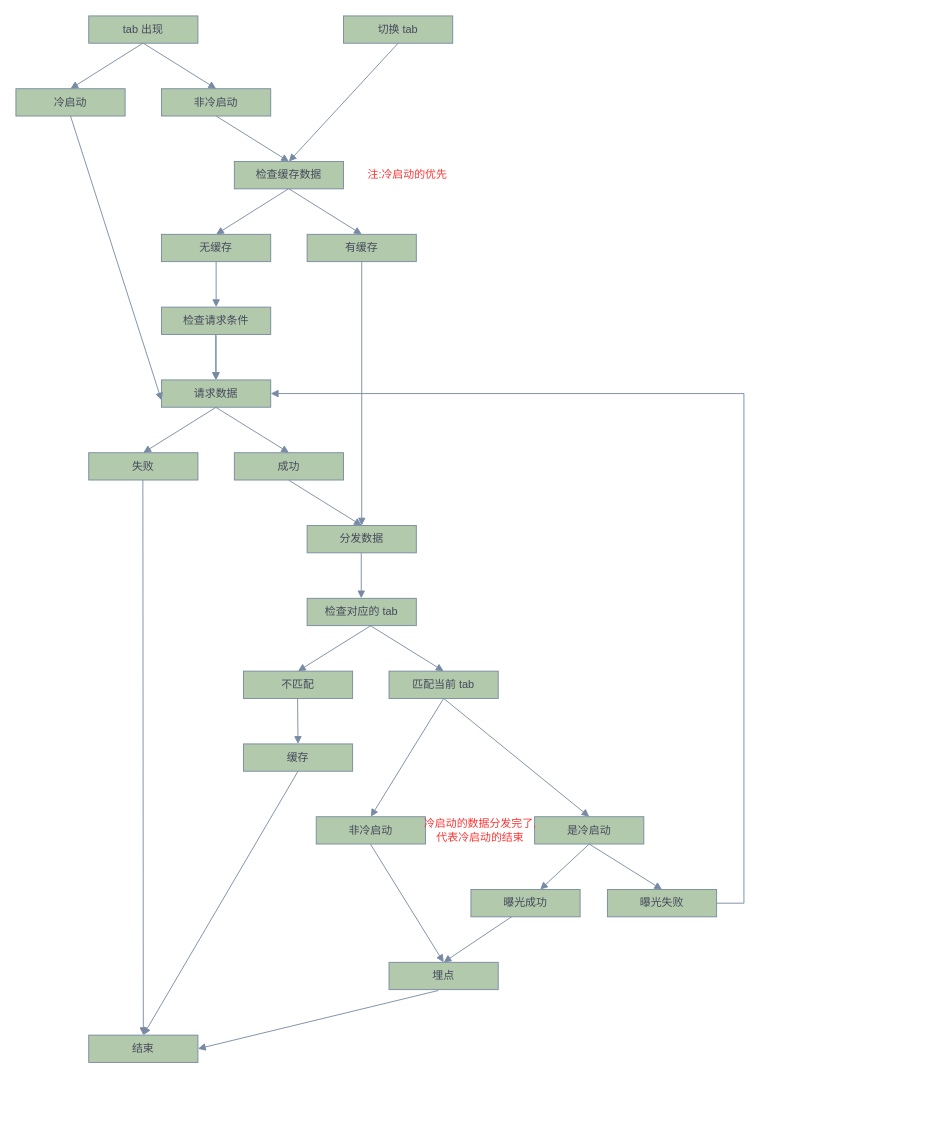
Before: 弹窗处理.drawio in fdd09/flow, a draw.io diagram. Source tidied: cells renumbered, new cells numbered last; positions are measured from the earlier drawing's top-left corner, leaving out a move shared by most shapes. Both pictures are drawn from the tidied source at 91%, with x=0, y=0 at pixel (15, 15).
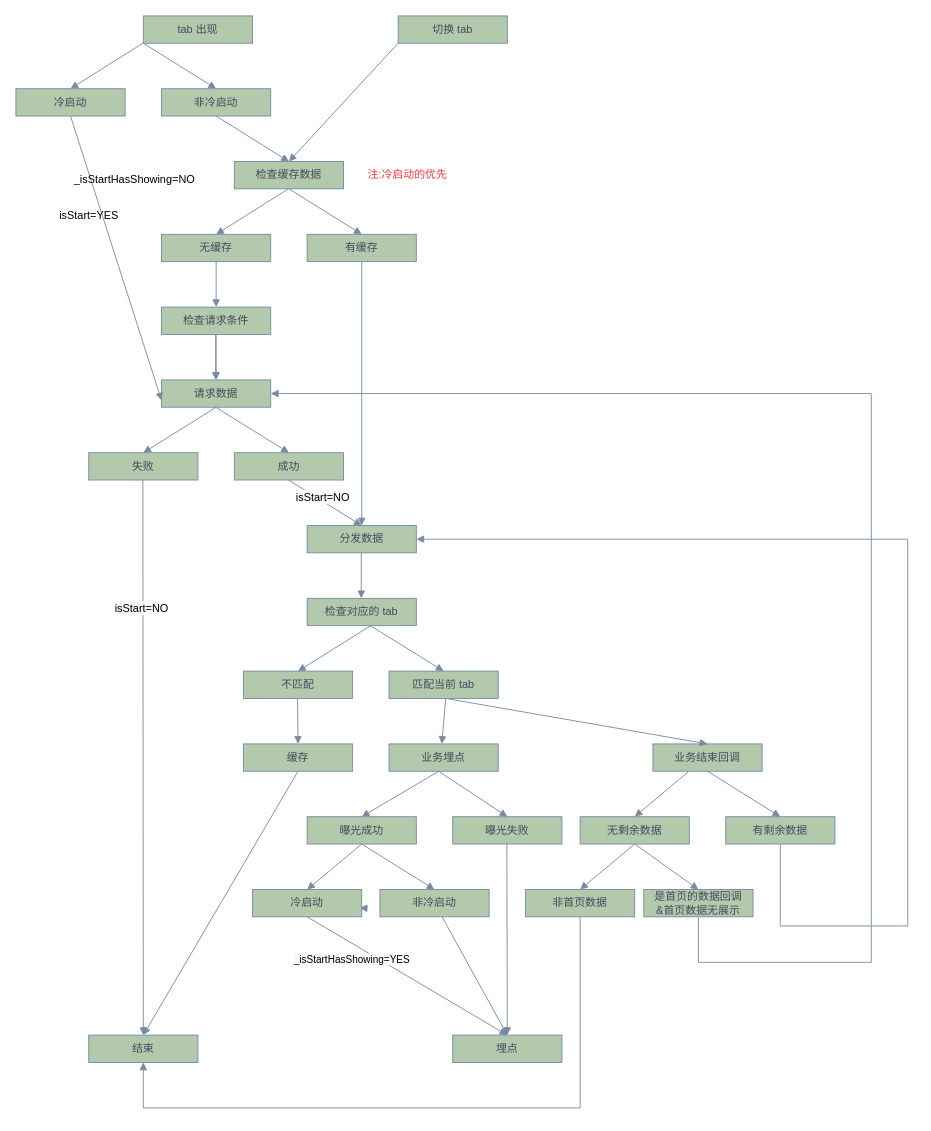
After the change.

Unchanged cells that the change refers to:
```xml
<mxCell id="5" value="请求数据" style="rounded=0;whiteSpace=wrap;html=1;fillColor=#B2C9AB;strokeColor=#788AA3;fontColor=#46495D;" parent="1" vertex="1">
  <mxGeometry x="160" y="400" width="120" height="30" as="geometry" />
</mxCell>
<mxCell id="14" value="匹配当前 tab" style="rounded=0;whiteSpace=wrap;html=1;fillColor=#B2C9AB;strokeColor=#788AA3;fontColor=#46495D;" parent="1" vertex="1">
  <mxGeometry x="410" y="720" width="120" height="30" as="geometry" />
</mxCell>
<mxCell id="25" style="html=1;verticalAlign=bottom;endArrow=block;rounded=0;sourcePerimeterSpacing=1;entryX=0.5;entryY=0;entryDx=0;entryDy=0;strokeColor=#788AA3;fontColor=#46495D;" parent="1" edge="1" target="30">
  <mxGeometry x="-0.23" y="-1" relative="1" as="geometry">
    <mxPoint x="139.5" y="510" as="sourcePoint" />
  </mxGeometry>
</mxCell>
<mxCell id="26" style="html=1;verticalAlign=bottom;endArrow=block;rounded=0;sourcePerimeterSpacing=1;entryX=0.5;entryY=0;entryDx=0;entryDy=0;strokeColor=#788AA3;fontColor=#46495D;" parent="1" edge="1">
  <mxGeometry x="-0.23" y="-1" relative="1" as="geometry">
    <mxPoint x="299.5" y="510" as="sourcePoint" />
    <mxPoint x="380" y="560" as="targetPoint" />
  </mxGeometry>
</mxCell>
<mxCell id="30" value="结束" style="rounded=0;whiteSpace=wrap;html=1;fillColor=#B2C9AB;strokeColor=#788AA3;fontColor=#46495D;" parent="1" vertex="1">
  <mxGeometry x="80" y="1120" width="120" height="30" as="geometry" />
</mxCell>
<mxCell id="49" value="分发数据" style="rounded=0;whiteSpace=wrap;html=1;fillColor=#B2C9AB;strokeColor=#788AA3;fontColor=#46495D;" parent="1" vertex="1">
  <mxGeometry x="320" y="560" width="120" height="30" as="geometry" />
</mxCell>
```

Diff of the diagram source:
```diff
@@
     <mxCell id="2" value="tab 出现" style="rounded=0;whiteSpace=wrap;html=1;fillColor=#B2C9AB;strokeColor=#788AA3;fontColor=#46495D;" parent="1" vertex="1">
-      <mxGeometry x="80" width="120" height="30" as="geometry" />
+      <mxGeometry x="140" width="120" height="30" as="geometry" />
     </mxCell>
     <mxCell id="3" value="切换 tab" style="rounded=0;whiteSpace=wrap;html=1;fillColor=#B2C9AB;strokeColor=#788AA3;fontColor=#46495D;" parent="1" vertex="1">
-      <mxGeometry x="360" width="120" height="30" as="geometry" />
+      <mxGeometry x="420" width="120" height="30" as="geometry" />
     </mxCell>
@@
+    <mxCell id="54" value="&lt;span style=&quot;font-size: 12px ; background-color: rgb(248 , 249 , 250)&quot;&gt;isStart=NO&lt;/span&gt;" style="edgeLabel;html=1;align=center;verticalAlign=middle;" parent="25" vertex="1">
+      <mxGeometry x="-0.54" y="-2" relative="1" as="geometry" />
+    </mxCell>
@@
+    <mxCell id="55" value="&lt;span style=&quot;font-size: 12px ; background-color: rgb(248 , 249 , 250)&quot;&gt;isStart=NO&lt;/span&gt;" style="edgeLabel;html=1;align=center;verticalAlign=middle;" parent="26" vertex="1">
+      <mxGeometry x="-0.14" y="4" relative="1" as="geometry" />
+    </mxCell>
@@
     <mxCell id="31" value="埋点" style="rounded=0;whiteSpace=wrap;html=1;fillColor=#B2C9AB;strokeColor=#788AA3;fontColor=#46495D;" parent="1" vertex="1">
-      <mxGeometry x="410" y="1040" width="120" height="30" as="geometry" />
+      <mxGeometry x="480" y="1120" width="120" height="30" as="geometry" />
     </mxCell>
-    <mxCell id="32" style="html=1;verticalAlign=bottom;endArrow=block;rounded=0;sourcePerimeterSpacing=1;entryX=1;entryY=0.5;entryDx=0;entryDy=0;exitX=0.45;exitY=1.033;exitDx=0;exitDy=0;exitPerimeter=0;strokeColor=#788AA3;fontColor=#46495D;" parent="1" edge="1" source="31" target="30">
-      <mxGeometry x="-0.23" y="-1" relative="1" as="geometry" />
-    </mxCell>
@@
-    <mxCell id="36" value="非冷启动" style="rounded=0;whiteSpace=wrap;html=1;fillColor=#B2C9AB;strokeColor=#788AA3;fontColor=#46495D;" parent="1" vertex="1">
-      <mxGeometry x="330" y="880" width="120" height="30" as="geometry" />
+    <mxCell id="36" value="曝光成功" style="rounded=0;whiteSpace=wrap;html=1;fillColor=#B2C9AB;strokeColor=#788AA3;fontColor=#46495D;" parent="1" vertex="1">
+      <mxGeometry x="320" y="880" width="120" height="30" as="geometry" />
     </mxCell>
-    <mxCell id="37" value="是冷启动" style="rounded=0;whiteSpace=wrap;html=1;fillColor=#B2C9AB;strokeColor=#788AA3;fontColor=#46495D;" parent="1" vertex="1">
-      <mxGeometry x="570" y="880" width="120" height="30" as="geometry" />
+    <mxCell id="37" value="曝光失败" style="rounded=0;whiteSpace=wrap;html=1;fillColor=#B2C9AB;strokeColor=#788AA3;fontColor=#46495D;" parent="1" vertex="1">
+      <mxGeometry x="480" y="880" width="120" height="30" as="geometry" />
     </mxCell>
-    <mxCell id="38" style="html=1;verticalAlign=bottom;endArrow=block;rounded=0;sourcePerimeterSpacing=1;entryX=0.5;entryY=0;entryDx=0;entryDy=0;exitX=0.5;exitY=1;exitDx=0;exitDy=0;strokeColor=#788AA3;fontColor=#46495D;" parent="1" edge="1" source="14" target="36">
-      <mxGeometry x="-0.23" y="-1" relative="1" as="geometry" />
-    </mxCell>
-    <mxCell id="39" style="html=1;verticalAlign=bottom;endArrow=block;rounded=0;sourcePerimeterSpacing=1;entryX=0.5;entryY=0;entryDx=0;entryDy=0;strokeColor=#788AA3;fontColor=#46495D;" parent="1" edge="1" target="37">
-      <mxGeometry x="-0.23" y="-1" relative="1" as="geometry">
-        <mxPoint x="470" y="750" as="sourcePoint" />
-      </mxGeometry>
-    </mxCell>
-    <mxCell id="40" style="html=1;verticalAlign=bottom;endArrow=block;rounded=0;sourcePerimeterSpacing=1;entryX=0.5;entryY=0;entryDx=0;entryDy=0;strokeColor=#788AA3;fontColor=#46495D;" parent="1" edge="1" target="31">
-      <mxGeometry x="-0.23" y="-1" relative="1" as="geometry">
-        <mxPoint x="389.5" y="910" as="sourcePoint" />
-      </mxGeometry>
-    </mxCell>
-    <mxCell id="41" style="html=1;verticalAlign=bottom;endArrow=block;rounded=0;sourcePerimeterSpacing=1;exitX=1;exitY=0.5;exitDx=0;exitDy=0;entryX=1;entryY=0.5;entryDx=0;entryDy=0;strokeColor=#788AA3;fontColor=#46495D;" parent="1" edge="1" source="45" target="5">
-      <mxGeometry x="-0.23" y="-1" relative="1" as="geometry">
-        <Array as="points">
-          <mxPoint x="800" y="975" />
-          <mxPoint x="800" y="415" />
-        </Array>
-      </mxGeometry>
-    </mxCell>
-    <mxCell id="42" style="html=1;verticalAlign=bottom;endArrow=block;rounded=0;sourcePerimeterSpacing=1;exitX=0.5;exitY=1;exitDx=0;exitDy=0;strokeColor=#788AA3;fontColor=#46495D;" parent="1" edge="1" source="37" target="44">
-      <mxGeometry x="-0.23" y="-1" relative="1" as="geometry" />
-    </mxCell>
-    <mxCell id="43" style="html=1;verticalAlign=bottom;endArrow=block;rounded=0;sourcePerimeterSpacing=1;entryX=0.5;entryY=0;entryDx=0;entryDy=0;strokeColor=#788AA3;fontColor=#46495D;" parent="1" edge="1" target="31">
-      <mxGeometry x="-0.23" y="-1" relative="1" as="geometry">
-        <mxPoint x="559.5" y="980" as="sourcePoint" />
-      </mxGeometry>
+    <mxCell id="43" style="html=1;verticalAlign=bottom;endArrow=block;rounded=0;entryX=0.5;entryY=0;entryDx=0;entryDy=0;strokeColor=#788AA3;fontColor=#46495D;startArrow=none;" parent="1" edge="1" source="45" target="31">
+      <mxGeometry x="-0.23" y="-1" relative="1" as="geometry" />
     </mxCell>
-    <mxCell id="44" value="曝光成功" style="rounded=0;whiteSpace=wrap;html=1;fillColor=#B2C9AB;strokeColor=#788AA3;fontColor=#46495D;" parent="1" vertex="1">
-      <mxGeometry x="500" y="960" width="120" height="30" as="geometry" />
-    </mxCell>
-    <mxCell id="45" value="曝光失败" style="rounded=0;whiteSpace=wrap;html=1;fillColor=#B2C9AB;strokeColor=#788AA3;fontColor=#46495D;" parent="1" vertex="1">
-      <mxGeometry x="650" y="960" width="120" height="30" as="geometry" />
-    </mxCell>
-    <mxCell id="46" style="html=1;verticalAlign=bottom;endArrow=block;rounded=0;sourcePerimeterSpacing=1;entryX=0.5;entryY=0;entryDx=0;entryDy=0;strokeColor=#788AA3;fontColor=#46495D;" parent="1" edge="1" target="45">
-      <mxGeometry x="-0.23" y="-1" relative="1" as="geometry">
-        <mxPoint x="630" y="910" as="sourcePoint" />
-      </mxGeometry>
-    </mxCell>
@@
-    <mxCell id="53" value="冷启动的数据分发完了,&lt;br&gt;代表冷启动的结束" style="text;html=1;align=center;verticalAlign=middle;strokeColor=none;fillColor=none;fontColor=#FF3333;" parent="1" vertex="1">
-      <mxGeometry x="440" y="880" width="140" height="30" as="geometry" />
-    </mxCell>
+    <mxCell id="56" value="isStart=YES" style="text;html=1;align=center;verticalAlign=middle;strokeColor=none;fillColor=none;" parent="1" vertex="1">
+      <mxGeometry x="40" y="210" width="80" height="20" as="geometry" />
+    </mxCell>
+    <mxCell id="57" value="_isStartHasShowing=NO" style="text;html=1;align=center;verticalAlign=middle;strokeColor=none;fillColor=none;" parent="1" vertex="1">
+      <mxGeometry x="55" y="170" width="150" height="20" as="geometry" />
+    </mxCell>
+    <mxCell id="58" value="业务埋点" style="rounded=0;whiteSpace=wrap;html=1;fillColor=#B2C9AB;strokeColor=#788AA3;fontColor=#46495D;" parent="1" vertex="1">
+      <mxGeometry x="410" y="800" width="120" height="30" as="geometry" />
+    </mxCell>
+    <mxCell id="45" value="非冷启动" style="rounded=0;whiteSpace=wrap;html=1;fillColor=#B2C9AB;strokeColor=#788AA3;fontColor=#46495D;" parent="1" vertex="1">
+      <mxGeometry x="400" y="960" width="120" height="30" as="geometry" />
+    </mxCell>
+    <mxCell id="59" style="html=1;verticalAlign=bottom;endArrow=block;rounded=0;strokeColor=#788AA3;fontColor=#46495D;startArrow=none;entryX=0.5;entryY=0;entryDx=0;entryDy=0;" parent="1" edge="1" target="36">
+      <mxGeometry x="-0.23" y="-1" relative="1" as="geometry">
+        <mxPoint x="464.6" y="830" as="sourcePoint" />
+      </mxGeometry>
+    </mxCell>
+    <mxCell id="60" style="html=1;verticalAlign=bottom;endArrow=block;rounded=0;strokeColor=#788AA3;fontColor=#46495D;startArrow=none;entryX=0.5;entryY=0;entryDx=0;entryDy=0;exitX=0.5;exitY=1;exitDx=0;exitDy=0;" parent="1" edge="1" source="44" target="31">
+      <mxGeometry x="-0.23" y="-1" relative="1" as="geometry" />
+    </mxCell>
+    <mxCell id="61" value="&lt;span style=&quot;background-color: rgb(248 , 249 , 250)&quot;&gt;_isStartHasShowing=YES&lt;/span&gt;" style="edgeLabel;html=1;align=center;verticalAlign=middle;" parent="60" vertex="1">
+      <mxGeometry x="-0.3" y="-2" relative="1" as="geometry">
+        <mxPoint x="-27" as="offset" />
+      </mxGeometry>
+    </mxCell>
+    <mxCell id="62" style="html=1;verticalAlign=bottom;endArrow=block;rounded=0;strokeColor=#788AA3;fontColor=#46495D;startArrow=none;entryX=0.5;entryY=0;entryDx=0;entryDy=0;" parent="1" edge="1" target="37">
+      <mxGeometry x="-0.23" y="-1" relative="1" as="geometry">
+        <mxPoint x="464.6" y="830" as="sourcePoint" />
+      </mxGeometry>
+    </mxCell>
+    <mxCell id="63" style="html=1;verticalAlign=bottom;endArrow=block;rounded=0;strokeColor=#788AA3;fontColor=#46495D;startArrow=none;" parent="1" edge="1" source="44">
+      <mxGeometry x="-0.23" y="-1" relative="1" as="geometry">
+        <mxPoint x="377.7" y="980" as="targetPoint" />
+      </mxGeometry>
+    </mxCell>
+    <mxCell id="64" style="html=1;verticalAlign=bottom;endArrow=block;rounded=0;strokeColor=#788AA3;fontColor=#46495D;startArrow=none;entryX=0.5;entryY=0;entryDx=0;entryDy=0;exitX=0.5;exitY=1;exitDx=0;exitDy=0;" parent="1" edge="1" source="36" target="44">
+      <mxGeometry x="-0.23" y="-1" relative="1" as="geometry" />
+    </mxCell>
+    <mxCell id="65" value="业务结束回调" style="rounded=0;whiteSpace=wrap;html=1;fillColor=#B2C9AB;strokeColor=#788AA3;fontColor=#46495D;" parent="1" vertex="1">
+      <mxGeometry x="700" y="800" width="120" height="30" as="geometry" />
+    </mxCell>
+    <mxCell id="44" value="冷启动" style="rounded=0;whiteSpace=wrap;html=1;fillColor=#B2C9AB;strokeColor=#788AA3;fontColor=#46495D;" parent="1" vertex="1">
+      <mxGeometry x="260" y="960" width="120" height="30" as="geometry" />
+    </mxCell>
+    <mxCell id="66" style="html=1;verticalAlign=bottom;endArrow=block;rounded=0;strokeColor=#788AA3;fontColor=#46495D;startArrow=none;entryX=0.5;entryY=0;entryDx=0;entryDy=0;" parent="1" edge="1" target="65">
+      <mxGeometry x="-0.23" y="-1" relative="1" as="geometry">
+        <mxPoint x="472.3" y="750" as="sourcePoint" />
+      </mxGeometry>
+    </mxCell>
+    <mxCell id="67" style="html=1;verticalAlign=bottom;endArrow=block;rounded=0;strokeColor=#788AA3;fontColor=#46495D;startArrow=none;" parent="1" edge="1">
+      <mxGeometry x="-0.23" y="-1" relative="1" as="geometry">
+        <mxPoint x="472.3" y="750" as="sourcePoint" />
+        <mxPoint x="468" y="800" as="targetPoint" />
+      </mxGeometry>
+    </mxCell>
+    <mxCell id="68" style="html=1;verticalAlign=bottom;endArrow=block;rounded=0;strokeColor=#788AA3;fontColor=#46495D;startArrow=none;exitX=0.5;exitY=1;exitDx=0;exitDy=0;entryX=0.5;entryY=0;entryDx=0;entryDy=0;" parent="1" edge="1" target="31">
+      <mxGeometry x="-0.23" y="-1" relative="1" as="geometry">
+        <mxPoint x="539.5" y="910" as="sourcePoint" />
+      </mxGeometry>
+    </mxCell>
+    <mxCell id="69" value="有剩余数据" style="rounded=0;whiteSpace=wrap;html=1;fillColor=#B2C9AB;strokeColor=#788AA3;fontColor=#46495D;" parent="1" vertex="1">
+      <mxGeometry x="780" y="880" width="120" height="30" as="geometry" />
+    </mxCell>
+    <mxCell id="70" style="html=1;verticalAlign=bottom;endArrow=block;rounded=0;strokeColor=#788AA3;fontColor=#46495D;startArrow=none;exitX=0.5;exitY=1;exitDx=0;exitDy=0;" parent="1" edge="1" source="69" target="49">
+      <mxGeometry x="-0.23" y="-1" relative="1" as="geometry">
+        <Array as="points">
+          <mxPoint x="840" y="1000" />
+          <mxPoint x="980" y="1000" />
+          <mxPoint x="980" y="575" />
+        </Array>
+      </mxGeometry>
+    </mxCell>
+    <mxCell id="71" style="html=1;verticalAlign=bottom;endArrow=block;rounded=0;strokeColor=#788AA3;fontColor=#46495D;startArrow=none;entryX=0.5;entryY=1;entryDx=0;entryDy=0;exitX=0.5;exitY=1;exitDx=0;exitDy=0;" parent="1" edge="1" source="76" target="30">
+      <mxGeometry x="-0.23" y="-1" relative="1" as="geometry">
+        <Array as="points">
+          <mxPoint x="620" y="1200" />
+          <mxPoint x="140" y="1200" />
+        </Array>
+      </mxGeometry>
+    </mxCell>
+    <mxCell id="72" style="html=1;verticalAlign=bottom;endArrow=block;rounded=0;strokeColor=#788AA3;fontColor=#46495D;startArrow=none;entryX=0.5;entryY=0;entryDx=0;entryDy=0;exitX=0.5;exitY=1;exitDx=0;exitDy=0;" parent="1" edge="1" target="45">
+      <mxGeometry x="-0.23" y="-1" relative="1" as="geometry">
+        <mxPoint x="380" y="910" as="sourcePoint" />
+      </mxGeometry>
+    </mxCell>
+    <mxCell id="73" style="html=1;verticalAlign=bottom;endArrow=block;rounded=0;strokeColor=#788AA3;fontColor=#46495D;startArrow=none;entryX=0.5;entryY=0;entryDx=0;entryDy=0;exitX=0.5;exitY=1;exitDx=0;exitDy=0;" parent="1" edge="1" target="77">
+      <mxGeometry x="-0.23" y="-1" relative="1" as="geometry">
+        <mxPoint x="739.5" y="830" as="sourcePoint" />
+      </mxGeometry>
+    </mxCell>
+    <mxCell id="74" style="html=1;verticalAlign=bottom;endArrow=block;rounded=0;strokeColor=#788AA3;fontColor=#46495D;startArrow=none;exitX=0.5;exitY=1;exitDx=0;exitDy=0;entryX=1;entryY=0.5;entryDx=0;entryDy=0;" parent="1" edge="1" source="78" target="5">
+      <mxGeometry x="-0.23" y="-1" relative="1" as="geometry">
+        <Array as="points">
+          <mxPoint x="750" y="1040" />
+          <mxPoint x="940" y="1040" />
+          <mxPoint x="940" y="415" />
+        </Array>
+      </mxGeometry>
+    </mxCell>
+    <mxCell id="75" style="html=1;verticalAlign=bottom;endArrow=block;rounded=0;strokeColor=#788AA3;fontColor=#46495D;startArrow=none;entryX=0.5;entryY=0;entryDx=0;entryDy=0;exitX=0.5;exitY=1;exitDx=0;exitDy=0;" parent="1" edge="1" source="65" target="69">
+      <mxGeometry x="-0.23" y="-1" relative="1" as="geometry" />
+    </mxCell>
+    <mxCell id="76" value="非首页数据" style="rounded=0;whiteSpace=wrap;html=1;fillColor=#B2C9AB;strokeColor=#788AA3;fontColor=#46495D;" parent="1" vertex="1">
+      <mxGeometry x="560" y="960" width="120" height="30" as="geometry" />
+    </mxCell>
+    <mxCell id="77" value="无剩余数据" style="rounded=0;whiteSpace=wrap;html=1;fillColor=#B2C9AB;strokeColor=#788AA3;fontColor=#46495D;" parent="1" vertex="1">
+      <mxGeometry x="620" y="880" width="120" height="30" as="geometry" />
+    </mxCell>
+    <mxCell id="78" value="是首页的数据回调&lt;br&gt;&amp;amp;首页数据无展示" style="rounded=0;whiteSpace=wrap;html=1;fillColor=#B2C9AB;strokeColor=#788AA3;fontColor=#46495D;" parent="1" vertex="1">
+      <mxGeometry x="690" y="960" width="120" height="30" as="geometry" />
+    </mxCell>
+    <mxCell id="79" style="html=1;verticalAlign=bottom;endArrow=block;rounded=0;strokeColor=#788AA3;fontColor=#46495D;startArrow=none;entryX=0.5;entryY=0;entryDx=0;entryDy=0;exitX=0.5;exitY=1;exitDx=0;exitDy=0;" parent="1" edge="1" source="77" target="78">
+      <mxGeometry x="-0.23" y="-1" relative="1" as="geometry" />
+    </mxCell>
+    <mxCell id="80" style="html=1;verticalAlign=bottom;endArrow=block;rounded=0;strokeColor=#788AA3;fontColor=#46495D;startArrow=none;entryX=0.5;entryY=0;entryDx=0;entryDy=0;exitX=0.5;exitY=1;exitDx=0;exitDy=0;" parent="1" edge="1" source="77" target="76">
+      <mxGeometry x="-0.23" y="-1" relative="1" as="geometry" />
+    </mxCell>
```
